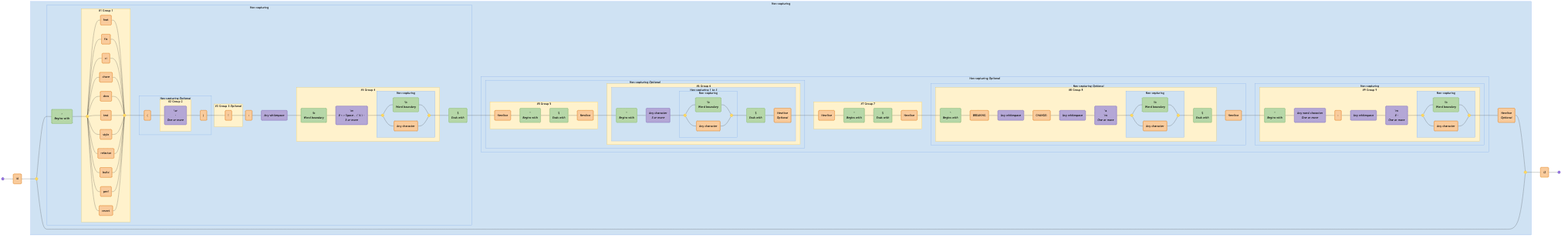
Earlier version of the Mermaid export diagrams/conventional-commits.mermaid-diagram.png (tayles/regex-to-mermaid). Its source is kept beside it as diagrams/conventional-commits.mermaid. The source it was exported from:
```mermaid
graph LR
  accTitle: "Regex: \\A(?:(?:^(?P<type>feat|fix|ci|chore|docs|test|style|refactor|build|perf|revert)(?:\\((?P<scope>[\\w-]+)\\))?(?P<breaking>!)?:\\s(?P<subject>\\b[\\w#<> ./\\t\\\\-]{3,}(?:\\b|\\.))$)(?:(?:(?P<BLANK_LINE>\\n^$\\n)(?P<body>(?:^.{3,}(?:\\b|\\.)$\\n?){1,3}))?(?P<BLANK_LINE2>\\n^$\\n)(?:(?P<breaking_change>^BREAKING\\sCHANGE:\\s[\\s\\w]+(?:\\b|\\.)$)\\n)?(?:(?P<footer>^\\w+:\\s[\\w#-]+(?:\\b|\\.))))?\\n?|)\\Z"
  accDescr: "Generated with regex-to-mermaid@1.1.0"

  start@{ shape: f-circ };
  fin@{ shape: f-circ };
  literal_1("\A"):::literal;
  disjunction_begin_1:::disjunction@{ shape: f-circ };
  disjunction_end_1:::disjunction@{ shape: f-circ };
  assertion_1("^<br><i>Begins with</i>"):::assertion;
  disjunction_begin_2:::disjunction@{ shape: f-circ };
  disjunction_end_2:::disjunction@{ shape: f-circ };
  literal_2("feat"):::literal;
  literal_3("fix"):::literal;
  literal_4("ci"):::literal;
  literal_5("chore"):::literal;
  literal_6("docs"):::literal;
  literal_7("test"):::literal;
  literal_8("style"):::literal;
  literal_9("refactor"):::literal;
  literal_10("build"):::literal;
  literal_11("perf"):::literal;
  literal_12("revert"):::literal;
  literal_13("\("):::literal;
  char_class_1("\w<br>-<br><i>One or more</i>"):::char-class;
  literal_14("\)"):::literal;
  literal_15("!"):::literal;
  literal_16(":"):::literal;
  char_class_2("Any whitespace"):::char-class;
  assertion_2("\b<br><i>Word boundary</i>"):::assertion;
  char_class_3("\w<br># < > Space . / \t \\ -<br><i>3 or more</i>"):::char-class;
  disjunction_begin_3:::disjunction@{ shape: f-circ };
  disjunction_end_3:::disjunction@{ shape: f-circ };
  assertion_3("\b<br><i>Word boundary</i>"):::assertion;
  literal_17("Any character"):::literal;
  assertion_4("$<br><i>Ends with</i>"):::assertion;
  literal_18("Newline"):::literal;
  assertion_5("^<br><i>Begins with</i>"):::assertion;
  assertion_6("$<br><i>Ends with</i>"):::assertion;
  literal_19("Newline"):::literal;
  assertion_7("^<br><i>Begins with</i>"):::assertion;
  char_class_4("Any character<br><i>3 or more</i>"):::char-class;
  disjunction_begin_4:::disjunction@{ shape: f-circ };
  disjunction_end_4:::disjunction@{ shape: f-circ };
  assertion_8("\b<br><i>Word boundary</i>"):::assertion;
  literal_20("Any character"):::literal;
  assertion_9("$<br><i>Ends with</i>"):::assertion;
  literal_21("Newline<br><i>Optional</i>"):::literal;
  literal_22("Newline"):::literal;
  assertion_10("^<br><i>Begins with</i>"):::assertion;
  assertion_11("$<br><i>Ends with</i>"):::assertion;
  literal_23("Newline"):::literal;
  assertion_12("^<br><i>Begins with</i>"):::assertion;
  literal_24("BREAKING"):::literal;
  char_class_5("Any whitespace"):::char-class;
  literal_25("CHANGE:"):::literal;
  char_class_6("Any whitespace"):::char-class;
  char_class_7("\s<br>\w<br><i>One or more</i>"):::char-class;
  disjunction_begin_5:::disjunction@{ shape: f-circ };
  disjunction_end_5:::disjunction@{ shape: f-circ };
  assertion_13("\b<br><i>Word boundary</i>"):::assertion;
  literal_26("Any character"):::literal;
  assertion_14("$<br><i>Ends with</i>"):::assertion;
  literal_27("Newline"):::literal;
  assertion_15("^<br><i>Begins with</i>"):::assertion;
  char_class_8("Any word character<br><i>One or more</i>"):::char-class;
  literal_28(":"):::literal;
  char_class_9("Any whitespace"):::char-class;
  char_class_10("\w<br># -<br><i>One or more</i>"):::char-class;
  disjunction_begin_6:::disjunction@{ shape: f-circ };
  disjunction_end_6:::disjunction@{ shape: f-circ };
  assertion_16("\b<br><i>Word boundary</i>"):::assertion;
  literal_29("Any character"):::literal;
  literal_30("Newline<br><i>Optional</i>"):::literal;
  literal_31("\Z"):::literal;

  subgraph standard_1 ["#1 Group 1"]
    disjunction_begin_2
    disjunction_end_2
    literal_2
    literal_3
    literal_4
    literal_5
    literal_6
    literal_7
    literal_8
    literal_9
    literal_10
    literal_11
    literal_12
  end

  subgraph standard_2 ["#2 Group 2"]
    char_class_1
  end

  subgraph non_capturing_3 ["Non-capturing <i>Optional</i>"]
    standard_2
    literal_13
    literal_14
  end

  subgraph standard_3 ["#3 Group 3 <i>Optional</i>"]
    literal_15
  end

  subgraph non_capturing_4 ["Non-capturing"]
    disjunction_begin_3
    disjunction_end_3
    assertion_3
    literal_17
  end

  subgraph standard_4 ["#4 Group 4"]
    non_capturing_4
    assertion_2
    char_class_3
  end

  subgraph non_capturing_2 ["Non-capturing"]
    standard_1
    standard_2
    non_capturing_3
    standard_3
    non_capturing_4
    standard_4
    assertion_1
    literal_16
    char_class_2
    assertion_4
  end

  subgraph standard_5 ["#5 Group 5"]
    literal_18
    assertion_5
    assertion_6
    literal_19
  end

  subgraph non_capturing_8 ["Non-capturing"]
    disjunction_begin_4
    disjunction_end_4
    assertion_8
    literal_20
  end

  subgraph non_capturing_7 ["Non-capturing <i>1 to 3</i>"]
    non_capturing_8
    assertion_7
    char_class_4
    assertion_9
    literal_21
  end

  subgraph standard_6 ["#6 Group 6"]
    non_capturing_8
    non_capturing_7
  end

  subgraph non_capturing_6 ["Non-capturing <i>Optional</i>"]
    standard_5
    non_capturing_8
    non_capturing_7
    standard_6
  end

  subgraph standard_7 ["#7 Group 7"]
    literal_22
    assertion_10
    assertion_11
    literal_23
  end

  subgraph non_capturing_10 ["Non-capturing"]
    disjunction_begin_5
    disjunction_end_5
    assertion_13
    literal_26
  end

  subgraph standard_8 ["#8 Group 8"]
    non_capturing_10
    assertion_12
    literal_24
    char_class_5
    literal_25
    char_class_6
    char_class_7
    assertion_14
  end

  subgraph non_capturing_9 ["Non-capturing <i>Optional</i>"]
    non_capturing_10
    standard_8
    literal_27
  end

  subgraph non_capturing_12 ["Non-capturing"]
    disjunction_begin_6
    disjunction_end_6
    assertion_16
    literal_29
  end

  subgraph standard_9 ["#9 Group 9"]
    non_capturing_12
    assertion_15
    char_class_8
    literal_28
    char_class_9
    char_class_10
  end

  subgraph non_capturing_11 ["Non-capturing"]
    non_capturing_12
    standard_9
  end

  subgraph non_capturing_5 ["Non-capturing <i>Optional</i>"]
    standard_5
    non_capturing_8
    non_capturing_7
    standard_6
    non_capturing_6
    standard_7
    non_capturing_10
    standard_8
    non_capturing_9
    non_capturing_12
    standard_9
    non_capturing_11
  end

  subgraph non_capturing_1 ["Non-capturing"]
    standard_1
    standard_2
    non_capturing_3
    standard_3
    non_capturing_4
    standard_4
    non_capturing_2
    standard_5
    non_capturing_8
    non_capturing_7
    standard_6
    non_capturing_6
    standard_7
    non_capturing_10
    standard_8
    non_capturing_9
    non_capturing_12
    standard_9
    non_capturing_11
    non_capturing_5
    disjunction_begin_1
    disjunction_end_1
    literal_30
  end

  start --- literal_1;
  literal_1 --- disjunction_begin_1;
  disjunction_begin_1 --- assertion_1;
  assertion_1 --- disjunction_begin_2;
  disjunction_begin_2 --- literal_2;
  literal_2 --- disjunction_end_2;
  disjunction_begin_2 --- literal_3;
  literal_3 --- disjunction_end_2;
  disjunction_begin_2 --- literal_4;
  literal_4 --- disjunction_end_2;
  disjunction_begin_2 --- literal_5;
  literal_5 --- disjunction_end_2;
  disjunction_begin_2 --- literal_6;
  literal_6 --- disjunction_end_2;
  disjunction_begin_2 --- literal_7;
  literal_7 --- disjunction_end_2;
  disjunction_begin_2 --- literal_8;
  literal_8 --- disjunction_end_2;
  disjunction_begin_2 --- literal_9;
  literal_9 --- disjunction_end_2;
  disjunction_begin_2 --- literal_10;
  literal_10 --- disjunction_end_2;
  disjunction_begin_2 --- literal_11;
  literal_11 --- disjunction_end_2;
  disjunction_begin_2 --- literal_12;
  literal_12 --- disjunction_end_2;
  disjunction_end_2 --- literal_13;
  literal_13 --- char_class_1;
  char_class_1 --- literal_14;
  literal_14 --- literal_15;
  literal_15 --- literal_16;
  literal_16 --- char_class_2;
  char_class_2 --- assertion_2;
  assertion_2 --- char_class_3;
  char_class_3 --- disjunction_begin_3;
  disjunction_begin_3 --- assertion_3;
  assertion_3 --- disjunction_end_3;
  disjunction_begin_3 --- literal_17;
  literal_17 --- disjunction_end_3;
  disjunction_end_3 --- assertion_4;
  assertion_4 --- literal_18;
  literal_18 --- assertion_5;
  assertion_5 --- assertion_6;
  assertion_6 --- literal_19;
  literal_19 --- assertion_7;
  assertion_7 --- char_class_4;
  char_class_4 --- disjunction_begin_4;
  disjunction_begin_4 --- assertion_8;
  assertion_8 --- disjunction_end_4;
  disjunction_begin_4 --- literal_20;
  literal_20 --- disjunction_end_4;
  disjunction_end_4 --- assertion_9;
  assertion_9 --- literal_21;
  literal_21 --- literal_22;
  literal_22 --- assertion_10;
  assertion_10 --- assertion_11;
  assertion_11 --- literal_23;
  literal_23 --- assertion_12;
  assertion_12 --- literal_24;
  literal_24 --- char_class_5;
  char_class_5 --- literal_25;
  literal_25 --- char_class_6;
  char_class_6 --- char_class_7;
  char_class_7 --- disjunction_begin_5;
  disjunction_begin_5 --- assertion_13;
  assertion_13 --- disjunction_end_5;
  disjunction_begin_5 --- literal_26;
  literal_26 --- disjunction_end_5;
  disjunction_end_5 --- assertion_14;
  assertion_14 --- literal_27;
  literal_27 --- assertion_15;
  assertion_15 --- char_class_8;
  char_class_8 --- literal_28;
  literal_28 --- char_class_9;
  char_class_9 --- char_class_10;
  char_class_10 --- disjunction_begin_6;
  disjunction_begin_6 --- assertion_16;
  assertion_16 --- disjunction_end_6;
  disjunction_begin_6 --- literal_29;
  literal_29 --- disjunction_end_6;
  disjunction_end_6 --- literal_30;
  literal_30 --- disjunction_end_1;
  disjunction_begin_1 --- disjunction_end_1;
  disjunction_end_1 --- literal_31;
  literal_31 --- fin;

  classDef literal fill:#F9CB9C,stroke:#E69138,color:#000000;
  classDef disjunction fill:#FFD966,stroke:#F1C232,color:#000000;
  classDef assertion fill:#B6D7A8,stroke:#93C47D,color:#000000;
  classDef char-class fill:#B4A7D6,stroke:#8E7CC3,color:#000000;

  classDef standard fill:#FFF2CC,stroke:#F1C232,color:#000000;
  classDef non-capturing fill:#CFE2F3,stroke:#6D9EEB,color:#000000;

  class standard_1,standard_2,standard_3,standard_4,standard_5,standard_6,standard_7,standard_8,standard_9 standard;
  class non_capturing_3,non_capturing_4,non_capturing_2,non_capturing_8,non_capturing_7,non_capturing_6,non_capturing_10,non_capturing_9,non_capturing_12,non_capturing_11,non_capturing_5,non_capturing_1 non-capturing;
```
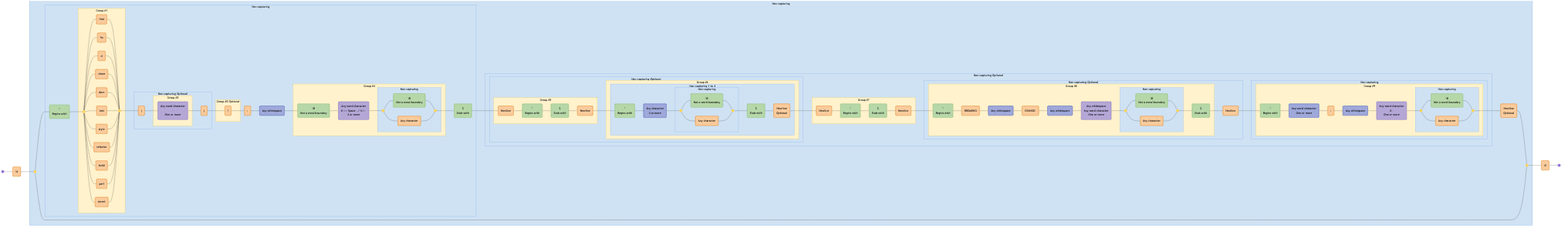
The same diagram one commit later.

Diff of the diagram source:
```diff
@@ -22,16 +22,16 @@
   literal_11("perf"):::literal;
   literal_12("revert"):::literal;
   literal_13("\("):::literal;
-  char_class_1("\w<br>-<br><i>One or more</i>"):::char-class;
+  char_class_1("Any word character<br>-<br><i>One or more</i>"):::char-class;
   literal_14("\)"):::literal;
   literal_15("!"):::literal;
   literal_16(":"):::literal;
-  char_class_2("Any whitespace"):::char-class;
-  assertion_2("\b<br><i>Word boundary</i>"):::assertion;
-  char_class_3("\w<br># < > Space . / \t \\ -<br><i>3 or more</i>"):::char-class;
+  char_set_1("Any whitespace"):::char-set;
+  assertion_2("\B<br><i>Not a word boundary</i>"):::assertion;
+  char_class_2("Any word character<br># < > Space . / \t \\ -<br><i>3 or more</i>"):::char-class;
   disjunction_begin_3:::disjunction@{ shape: f-circ };
   disjunction_end_3:::disjunction@{ shape: f-circ };
-  assertion_3("\b<br><i>Word boundary</i>"):::assertion;
+  assertion_3("\B<br><i>Not a word boundary</i>"):::assertion;
   literal_17("Any character"):::literal;
   assertion_4("$<br><i>Ends with</i>"):::assertion;
   literal_18("Newline"):::literal;
@@ -39,10 +39,10 @@
   assertion_6("$<br><i>Ends with</i>"):::assertion;
   literal_19("Newline"):::literal;
   assertion_7("^<br><i>Begins with</i>"):::assertion;
-  char_class_4("Any character<br><i>3 or more</i>"):::char-class;
+  char_set_2("Any character<br><i>3 or more</i>"):::char-set;
   disjunction_begin_4:::disjunction@{ shape: f-circ };
   disjunction_end_4:::disjunction@{ shape: f-circ };
-  assertion_8("\b<br><i>Word boundary</i>"):::assertion;
+  assertion_8("\B<br><i>Not a word boundary</i>"):::assertion;
   literal_20("Any character"):::literal;
   assertion_9("$<br><i>Ends with</i>"):::assertion;
   literal_21("Newline<br><i>Optional</i>"):::literal;
@@ -52,29 +52,29 @@
   literal_23("Newline"):::literal;
   assertion_12("^<br><i>Begins with</i>"):::assertion;
   literal_24("BREAKING"):::literal;
-  char_class_5("Any whitespace"):::char-class;
+  char_set_3("Any whitespace"):::char-set;
   literal_25("CHANGE:"):::literal;
-  char_class_6("Any whitespace"):::char-class;
-  char_class_7("\s<br>\w<br><i>One or more</i>"):::char-class;
+  char_set_4("Any whitespace"):::char-set;
+  char_class_3("Any whitespace<br>Any word character<br><i>One or more</i>"):::char-class;
   disjunction_begin_5:::disjunction@{ shape: f-circ };
   disjunction_end_5:::disjunction@{ shape: f-circ };
-  assertion_13("\b<br><i>Word boundary</i>"):::assertion;
+  assertion_13("\B<br><i>Not a word boundary</i>"):::assertion;
   literal_26("Any character"):::literal;
   assertion_14("$<br><i>Ends with</i>"):::assertion;
   literal_27("Newline"):::literal;
   assertion_15("^<br><i>Begins with</i>"):::assertion;
-  char_class_8("Any word character<br><i>One or more</i>"):::char-class;
+  char_set_5("Any word character<br><i>One or more</i>"):::char-set;
   literal_28(":"):::literal;
-  char_class_9("Any whitespace"):::char-class;
-  char_class_10("\w<br># -<br><i>One or more</i>"):::char-class;
+  char_set_6("Any whitespace"):::char-set;
+  char_class_4("Any word character<br># -<br><i>One or more</i>"):::char-class;
   disjunction_begin_6:::disjunction@{ shape: f-circ };
   disjunction_end_6:::disjunction@{ shape: f-circ };
-  assertion_16("\b<br><i>Word boundary</i>"):::assertion;
+  assertion_16("\B<br><i>Not a word boundary</i>"):::assertion;
   literal_29("Any character"):::literal;
   literal_30("Newline<br><i>Optional</i>"):::literal;
   literal_31("\Z"):::literal;
 
-  subgraph standard_1 ["#1 Group 1"]
+  subgraph standard_1 ["Group #1"]
     disjunction_begin_2
     disjunction_end_2
     literal_2
@@ -90,7 +90,7 @@
     literal_12
   end
 
-  subgraph standard_2 ["#2 Group 2"]
+  subgraph standard_2 ["Group #2"]
     char_class_1
   end
 
@@ -100,7 +100,7 @@
     literal_14
   end
 
-  subgraph standard_3 ["#3 Group 3 <i>Optional</i>"]
+  subgraph standard_3 ["Group #3 <i>Optional</i>"]
     literal_15
   end
 
@@ -111,10 +111,10 @@
     literal_17
   end
 
-  subgraph standard_4 ["#4 Group 4"]
+  subgraph standard_4 ["Group #4"]
     non_capturing_4
     assertion_2
-    char_class_3
+    char_class_2
   end
 
   subgraph non_capturing_2 ["Non-capturing"]
@@ -126,11 +126,11 @@
     standard_4
     assertion_1
     literal_16
-    char_class_2
+    char_set_1
     assertion_4
   end
 
-  subgraph standard_5 ["#5 Group 5"]
+  subgraph standard_5 ["Group #5"]
     literal_18
     assertion_5
     assertion_6
@@ -147,12 +147,12 @@
   subgraph non_capturing_7 ["Non-capturing <i>1 to 3</i>"]
     non_capturing_8
     assertion_7
-    char_class_4
+    char_set_2
     assertion_9
     literal_21
   end
 
-  subgraph standard_6 ["#6 Group 6"]
+  subgraph standard_6 ["Group #6"]
     non_capturing_8
     non_capturing_7
   end
@@ -164,7 +164,7 @@
     standard_6
   end
 
-  subgraph standard_7 ["#7 Group 7"]
+  subgraph standard_7 ["Group #7"]
     literal_22
     assertion_10
     assertion_11
@@ -178,14 +178,14 @@
     literal_26
   end
 
-  subgraph standard_8 ["#8 Group 8"]
+  subgraph standard_8 ["Group #8"]
     non_capturing_10
     assertion_12
     literal_24
-    char_class_5
+    char_set_3
     literal_25
-    char_class_6
-    char_class_7
+    char_set_4
+    char_class_3
     assertion_14
   end
 
@@ -202,13 +202,13 @@
     literal_29
   end
 
-  subgraph standard_9 ["#9 Group 9"]
+  subgraph standard_9 ["Group #9"]
     non_capturing_12
     assertion_15
-    char_class_8
+    char_set_5
     literal_28
-    char_class_9
-    char_class_10
+    char_set_6
+    char_class_4
   end
 
   subgraph non_capturing_11 ["Non-capturing"]
@@ -288,10 +288,10 @@
   char_class_1 --- literal_14;
   literal_14 --- literal_15;
   literal_15 --- literal_16;
-  literal_16 --- char_class_2;
-  char_class_2 --- assertion_2;
-  assertion_2 --- char_class_3;
-  char_class_3 --- disjunction_begin_3;
+  literal_16 --- char_set_1;
+  char_set_1 --- assertion_2;
+  assertion_2 --- char_class_2;
+  char_class_2 --- disjunction_begin_3;
   disjunction_begin_3 --- assertion_3;
   assertion_3 --- disjunction_end_3;
   disjunction_begin_3 --- literal_17;
@@ -302,8 +302,8 @@
   assertion_5 --- assertion_6;
   assertion_6 --- literal_19;
   literal_19 --- assertion_7;
-  assertion_7 --- char_class_4;
-  char_class_4 --- disjunction_begin_4;
+  assertion_7 --- char_set_2;
+  char_set_2 --- disjunction_begin_4;
   disjunction_begin_4 --- assertion_8;
   assertion_8 --- disjunction_end_4;
   disjunction_begin_4 --- literal_20;
@@ -316,11 +316,11 @@
   assertion_11 --- literal_23;
   literal_23 --- assertion_12;
   assertion_12 --- literal_24;
-  literal_24 --- char_class_5;
-  char_class_5 --- literal_25;
-  literal_25 --- char_class_6;
-  char_class_6 --- char_class_7;
-  char_class_7 --- disjunction_begin_5;
+  literal_24 --- char_set_3;
+  char_set_3 --- literal_25;
+  literal_25 --- char_set_4;
+  char_set_4 --- char_class_3;
+  char_class_3 --- disjunction_begin_5;
   disjunction_begin_5 --- assertion_13;
   assertion_13 --- disjunction_end_5;
   disjunction_begin_5 --- literal_26;
@@ -328,11 +328,11 @@
   disjunction_end_5 --- assertion_14;
   assertion_14 --- literal_27;
   literal_27 --- assertion_15;
-  assertion_15 --- char_class_8;
-  char_class_8 --- literal_28;
-  literal_28 --- char_class_9;
-  char_class_9 --- char_class_10;
-  char_class_10 --- disjunction_begin_6;
+  assertion_15 --- char_set_5;
+  char_set_5 --- literal_28;
+  literal_28 --- char_set_6;
+  char_set_6 --- char_class_4;
+  char_class_4 --- disjunction_begin_6;
   disjunction_begin_6 --- assertion_16;
   assertion_16 --- disjunction_end_6;
   disjunction_begin_6 --- literal_29;
@@ -347,6 +347,7 @@
   classDef disjunction fill:#FFD966,stroke:#F1C232,color:#000000;
   classDef assertion fill:#B6D7A8,stroke:#93C47D,color:#000000;
   classDef char-class fill:#B4A7D6,stroke:#8E7CC3,color:#000000;
+  classDef char-set fill:#9FA8DA,stroke:#5C6BC0,color:#000000;
 
   classDef standard fill:#FFF2CC,stroke:#F1C232,color:#000000;
   classDef non-capturing fill:#CFE2F3,stroke:#6D9EEB,color:#000000;
```
